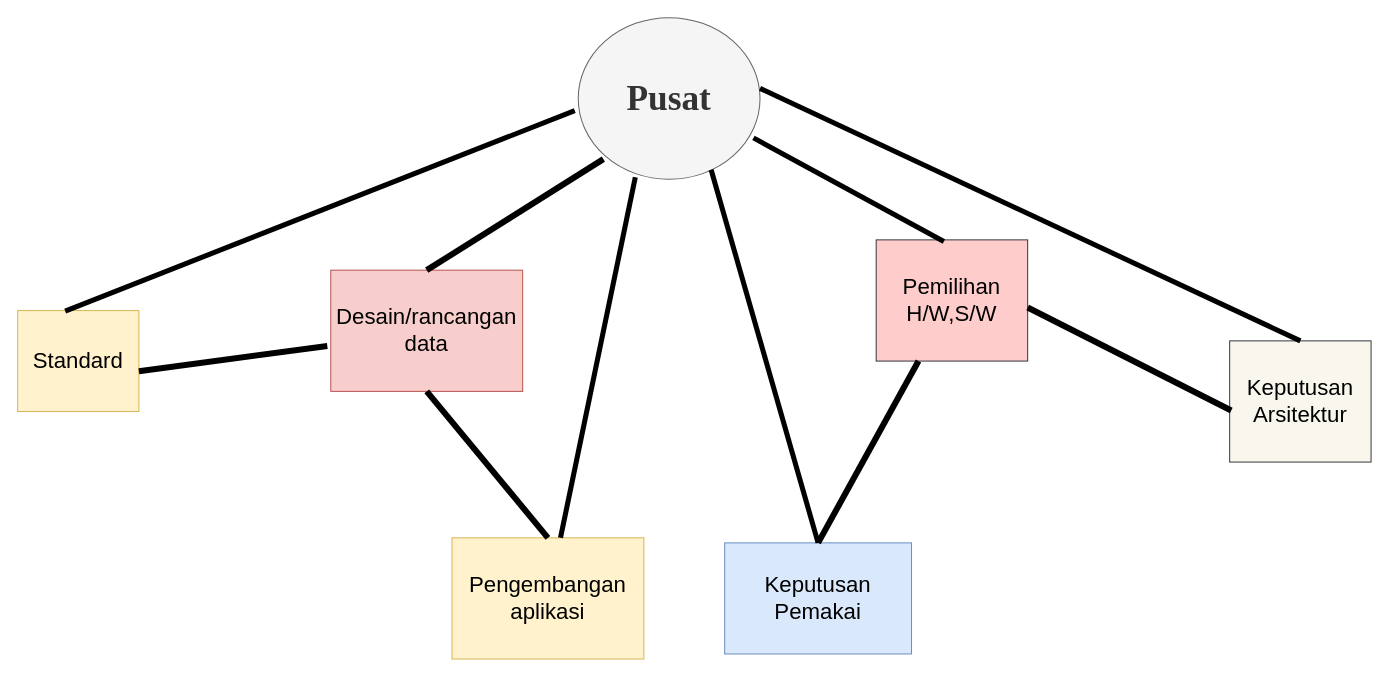
Above: page "Page-4" (4 of 6) of pdt10.drawio in lukmanprasetyo/Topologi-Jaringan (draw.io), before the change. Source tidied: cells renumbered, new cells numbered last; positions are measured from the earlier drawing's top-left corner, leaving out a move shared by most shapes. Both pictures are drawn from the tidied source at 101%, with x=0, y=0 at pixel (17, 17).
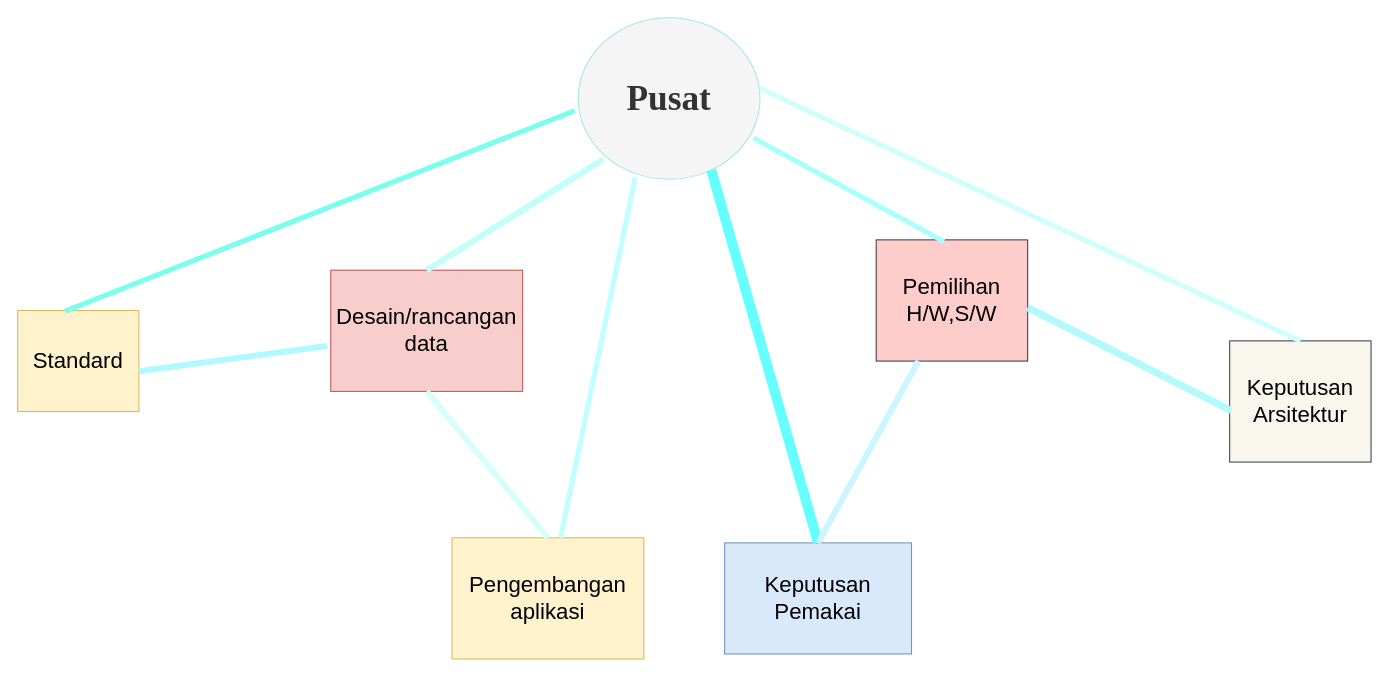
The same page after the edit.

The change refers to these unchanged cells:
```xml
<mxCell id="3" value="&lt;font style=&quot;font-size: 22px&quot;&gt;Standard&lt;/font&gt;" style="rounded=0;whiteSpace=wrap;html=1;fillColor=#fff2cc;strokeColor=#d6b656;" parent="1" vertex="1">
  <mxGeometry y="290" width="120" height="100" as="geometry" />
</mxCell>
<mxCell id="4" value="&lt;font style=&quot;font-size: 22px&quot;&gt;Desain/rancangan data&lt;/font&gt;" style="rounded=0;whiteSpace=wrap;html=1;fillColor=#f8cecc;strokeColor=#b85450;" parent="1" vertex="1">
  <mxGeometry x="310" y="250" width="190" height="120" as="geometry" />
</mxCell>
<mxCell id="5" value="&lt;font style=&quot;font-size: 22px&quot;&gt;Pengembangan aplikasi&lt;/font&gt;" style="rounded=0;whiteSpace=wrap;html=1;fillColor=#fff2cc;strokeColor=#d6b656;" parent="1" vertex="1">
  <mxGeometry x="430" y="515" width="190" height="120" as="geometry" />
</mxCell>
<mxCell id="6" value="&lt;font style=&quot;font-size: 22px&quot;&gt;Keputusan Pemakai&lt;/font&gt;" style="rounded=0;whiteSpace=wrap;html=1;fillColor=#dae8fc;strokeColor=#6c8ebf;" parent="1" vertex="1">
  <mxGeometry x="700" y="520" width="185" height="110" as="geometry" />
</mxCell>
<mxCell id="7" value="&lt;font style=&quot;font-size: 22px&quot;&gt;Pemilihan H/W,S/W&lt;/font&gt;" style="rounded=0;whiteSpace=wrap;html=1;fillColor=#ffcccc;strokeColor=#36393d;" parent="1" vertex="1">
  <mxGeometry x="850" y="220" width="150" height="120" as="geometry" />
</mxCell>
<mxCell id="8" value="&lt;font style=&quot;font-size: 22px&quot;&gt;Keputusan Arsitektur&lt;/font&gt;" style="rounded=0;whiteSpace=wrap;html=1;fillColor=#f9f7ed;strokeColor=#36393d;" parent="1" vertex="1">
  <mxGeometry x="1200" y="320" width="140" height="120" as="geometry" />
</mxCell>
```

The edit, as a diff of the source:
```diff
@@
-    <mxCell id="2" value="&lt;font face=&quot;Times New Roman&quot; size=&quot;1&quot;&gt;&lt;b style=&quot;font-size: 35px&quot;&gt;Pusat&lt;/b&gt;&lt;/font&gt;" style="ellipse;whiteSpace=wrap;html=1;fillColor=#f5f5f5;strokeColor=#666666;fontColor=#333333;" parent="1" vertex="1">
+    <mxCell id="2" value="&lt;font face=&quot;Times New Roman&quot; size=&quot;1&quot;&gt;&lt;b style=&quot;font-size: 35px&quot;&gt;Pusat&lt;/b&gt;&lt;/font&gt;" style="ellipse;whiteSpace=wrap;html=1;fillColor=#f5f5f5;fontColor=#333333;strokeColor=#A2E8DF;" parent="1" vertex="1">
       <mxGeometry x="555" width="180" height="160" as="geometry" />
     </mxCell>
@@
-    <mxCell id="9" style="endArrow=none;html=1;entryX=-0.019;entryY=0.575;entryDx=0;entryDy=0;entryPerimeter=0;exitX=0.392;exitY=0.005;exitDx=0;exitDy=0;exitPerimeter=0;strokeWidth=5;" parent="1" edge="1" source="3" target="2">
+    <mxCell id="9" style="endArrow=none;html=1;entryX=-0.019;entryY=0.575;entryDx=0;entryDy=0;entryPerimeter=0;exitX=0.392;exitY=0.005;exitDx=0;exitDy=0;exitPerimeter=0;strokeWidth=5;strokeColor=#7AFFED;" parent="1" edge="1" source="3" target="2">
       <mxGeometry relative="1" as="geometry" />
     </mxCell>
-    <mxCell id="10" style="endArrow=none;html=1;entryX=0.083;entryY=0.813;entryDx=0;entryDy=0;entryPerimeter=0;exitX=0.5;exitY=0;exitDx=0;exitDy=0;strokeWidth=6;" parent="1" edge="1" source="4">
+    <mxCell id="10" style="endArrow=none;html=1;entryX=0.083;entryY=0.813;entryDx=0;entryDy=0;entryPerimeter=0;exitX=0.5;exitY=0;exitDx=0;exitDy=0;strokeWidth=6;strokeColor=#C2FFF9;" parent="1" edge="1" source="4">
       <mxGeometry relative="1" as="geometry">
         <mxPoint x="579.9" y="140.1" as="targetPoint" />
       </mxGeometry>
     </mxCell>
-    <mxCell id="11" style="endArrow=none;html=1;entryX=0.314;entryY=0.988;entryDx=0;entryDy=0;entryPerimeter=0;strokeWidth=5;" parent="1" edge="1" source="5" target="2">
+    <mxCell id="11" style="endArrow=none;html=1;entryX=0.314;entryY=0.988;entryDx=0;entryDy=0;entryPerimeter=0;strokeWidth=5;strokeColor=#BFFFFF;" parent="1" edge="1" source="5" target="2">
       <mxGeometry relative="1" as="geometry" />
     </mxCell>
-    <mxCell id="12" style="endArrow=none;html=1;entryX=0.731;entryY=0.941;entryDx=0;entryDy=0;entryPerimeter=0;exitX=0.5;exitY=0;exitDx=0;exitDy=0;strokeWidth=5;" parent="1" edge="1" source="6" target="2">
+    <mxCell id="12" style="endArrow=none;html=1;entryX=0.731;entryY=0.941;entryDx=0;entryDy=0;entryPerimeter=0;exitX=0.5;exitY=0;exitDx=0;exitDy=0;strokeWidth=10;strokeColor=#66FFFF;" parent="1" edge="1" source="6" target="2">
       <mxGeometry relative="1" as="geometry" />
     </mxCell>
-    <mxCell id="13" style="endArrow=none;html=1;entryX=0.964;entryY=0.744;entryDx=0;entryDy=0;entryPerimeter=0;strokeWidth=5;exitX=0.447;exitY=0.013;exitDx=0;exitDy=0;exitPerimeter=0;" parent="1" edge="1" source="7" target="2">
+    <mxCell id="13" style="endArrow=none;html=1;entryX=0.964;entryY=0.744;entryDx=0;entryDy=0;entryPerimeter=0;strokeWidth=5;exitX=0.447;exitY=0.013;exitDx=0;exitDy=0;exitPerimeter=0;strokeColor=#A8FFFC;" parent="1" edge="1" source="7" target="2">
       <mxGeometry relative="1" as="geometry" />
     </mxCell>
-    <mxCell id="14" style="endArrow=none;html=1;entryX=0.731;entryY=0.941;entryDx=0;entryDy=0;entryPerimeter=0;strokeWidth=5;exitX=0.5;exitY=0;exitDx=0;exitDy=0;" parent="1" edge="1" source="8">
+    <mxCell id="14" style="endArrow=none;html=1;entryX=0.731;entryY=0.941;entryDx=0;entryDy=0;entryPerimeter=0;strokeWidth=5;exitX=0.5;exitY=0;exitDx=0;exitDy=0;strokeColor=#CFFFFD;" parent="1" edge="1" source="8">
       <mxGeometry relative="1" as="geometry">
         <mxPoint x="735" y="70" as="targetPoint" />
       </mxGeometry>
     </mxCell>
-    <mxCell id="15" style="endArrow=none;html=1;entryX=-0.018;entryY=0.625;entryDx=0;entryDy=0;entryPerimeter=0;exitX=1;exitY=0.6;exitDx=0;exitDy=0;strokeWidth=6;exitPerimeter=0;" parent="1" edge="1" source="3" target="4">
+    <mxCell id="15" style="endArrow=none;html=1;entryX=-0.018;entryY=0.625;entryDx=0;entryDy=0;entryPerimeter=0;exitX=1;exitY=0.6;exitDx=0;exitDy=0;strokeWidth=6;exitPerimeter=0;strokeColor=#B0FAFF;" parent="1" edge="1" source="3" target="4">
       <mxGeometry relative="1" as="geometry" />
     </mxCell>
-    <mxCell id="16" style="endArrow=none;html=1;entryX=0.5;entryY=1;entryDx=0;entryDy=0;strokeWidth=6;exitX=0.5;exitY=0;exitDx=0;exitDy=0;" parent="1" edge="1" source="5" target="4">
+    <mxCell id="16" style="endArrow=none;html=1;entryX=0.5;entryY=1;entryDx=0;entryDy=0;strokeWidth=6;exitX=0.5;exitY=0;exitDx=0;exitDy=0;strokeColor=#D6FFFB;" parent="1" edge="1" source="5" target="4">
       <mxGeometry relative="1" as="geometry" />
     </mxCell>
-    <mxCell id="17" style="endArrow=none;html=1;strokeWidth=6;exitX=0.5;exitY=0;exitDx=0;exitDy=0;" parent="1" edge="1" source="6" target="7">
+    <mxCell id="17" style="endArrow=none;html=1;strokeWidth=6;exitX=0.5;exitY=0;exitDx=0;exitDy=0;strokeColor=#C9F6FF;" parent="1" edge="1" source="6" target="7">
       <mxGeometry relative="1" as="geometry" />
     </mxCell>
-    <mxCell id="18" style="endArrow=none;html=1;entryX=1;entryY=0.558;entryDx=0;entryDy=0;entryPerimeter=0;strokeWidth=6;exitX=0.011;exitY=0.575;exitDx=0;exitDy=0;exitPerimeter=0;" parent="1" edge="1" source="8" target="7">
+    <mxCell id="18" style="endArrow=none;html=1;entryX=1;entryY=0.558;entryDx=0;entryDy=0;entryPerimeter=0;strokeWidth=7;exitX=0.011;exitY=0.575;exitDx=0;exitDy=0;exitPerimeter=0;strokeColor=#B3FAFF;" parent="1" edge="1" source="8" target="7">
       <mxGeometry relative="1" as="geometry" />
     </mxCell>
```
